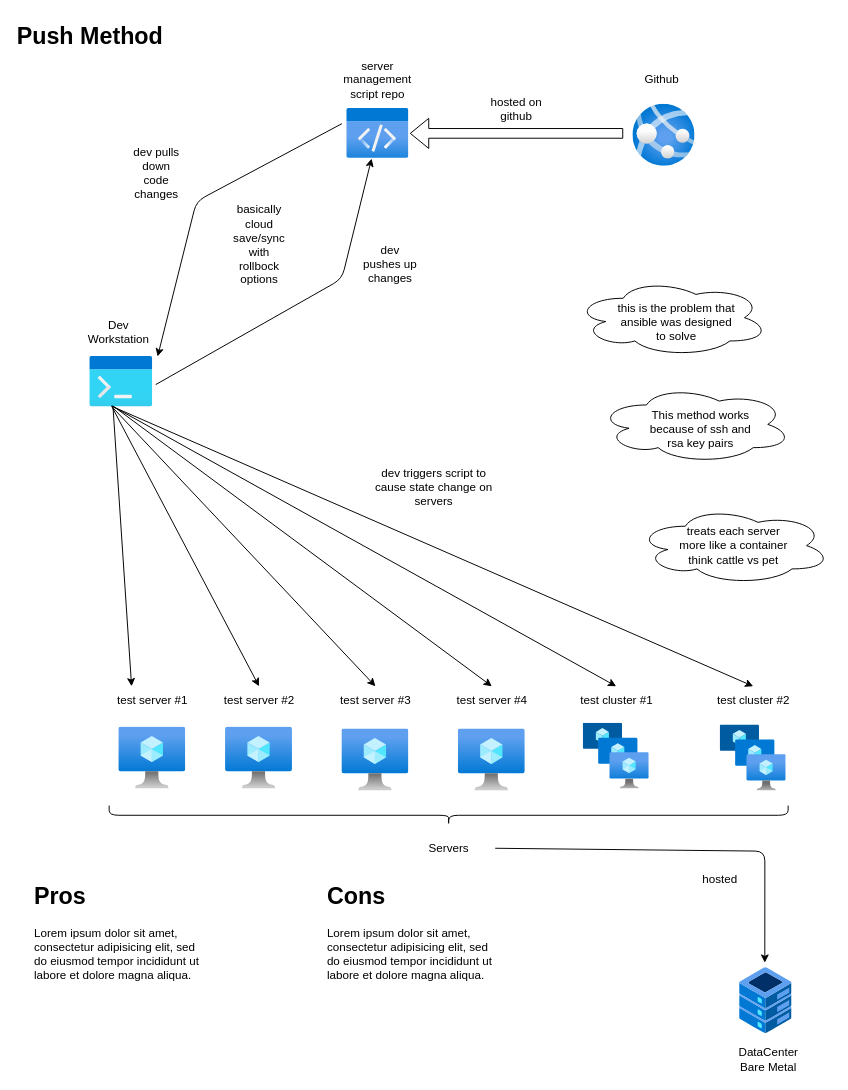
Before: assets/drawio/push_model.drawio in besmith43/tool_docs, a draw.io diagram. Source tidied: cells renumbered, new cells numbered last; positions are measured from the earlier drawing's top-left corner, leaving out a move shared by most shapes. Both pictures are drawn from the tidied source at 97%, with x=0, y=0 at pixel (29, 16).
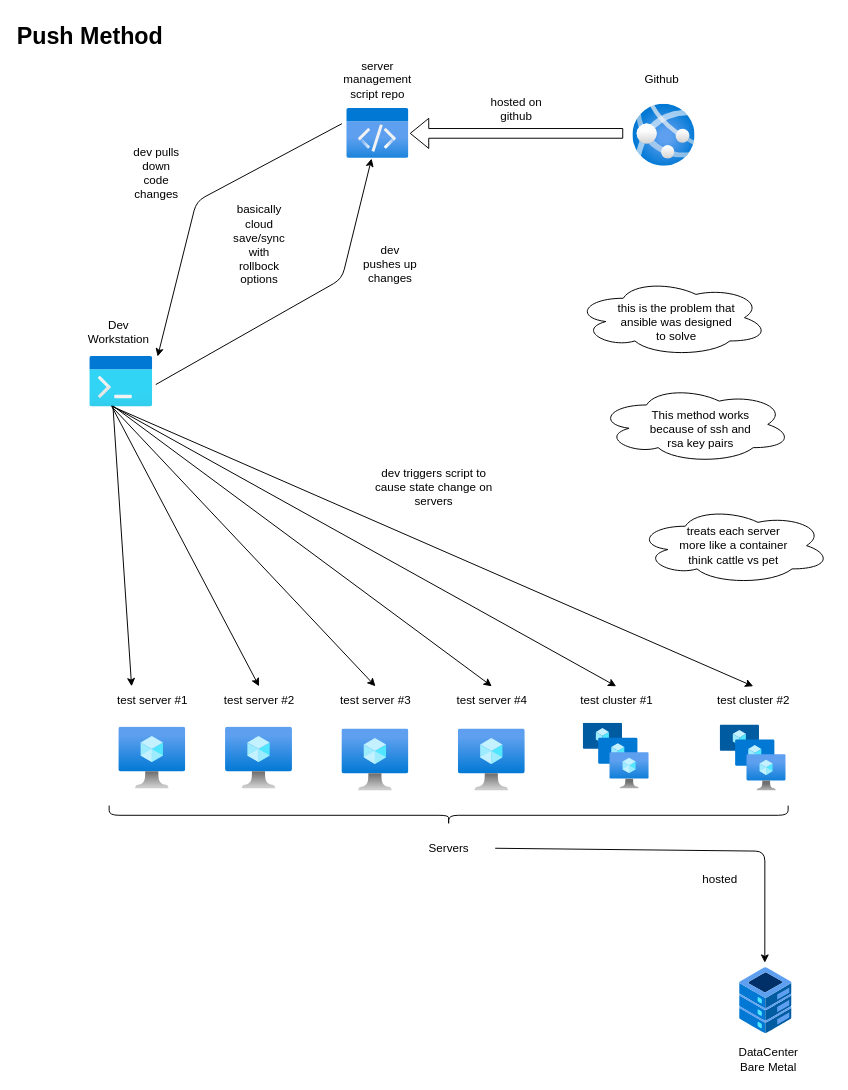
After the change.

What changed in the source:
```diff
@@
-    <mxCell id="47" value="&lt;h1&gt;Pros&lt;/h1&gt;&lt;p&gt;Lorem ipsum dolor sit amet, consectetur adipisicing elit, sed do eiusmod tempor incididunt ut labore et dolore magna aliqua.&lt;/p&gt;" style="text;html=1;strokeColor=none;fillColor=none;spacing=5;spacingTop=-20;whiteSpace=wrap;overflow=hidden;rounded=0;" parent="1" vertex="1">
-      <mxGeometry x="-0.5" y="887" width="190" height="120" as="geometry" />
-    </mxCell>
-    <mxCell id="48" value="&lt;h1&gt;Cons&lt;/h1&gt;&lt;p&gt;Lorem ipsum dolor sit amet, consectetur adipisicing elit, sed do eiusmod tempor incididunt ut labore et dolore magna aliqua.&lt;/p&gt;" style="text;html=1;strokeColor=none;fillColor=none;spacing=5;spacingTop=-20;whiteSpace=wrap;overflow=hidden;rounded=0;" parent="1" vertex="1">
-      <mxGeometry x="302" y="887" width="190" height="120" as="geometry" />
-    </mxCell>
```
